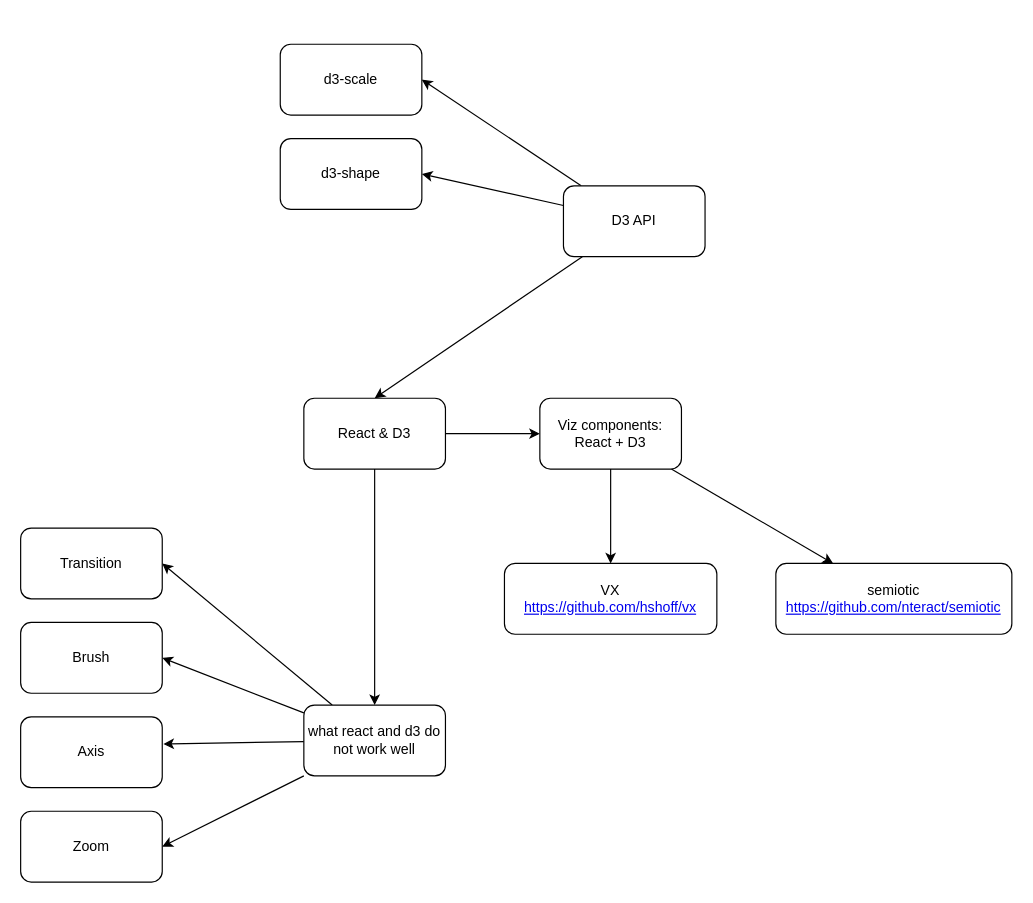
Before: Visualization.drawio in mengdage/project-diagram, a draw.io diagram. Source tidied: cells renumbered, new cells numbered last; positions are measured from the earlier drawing's top-left corner, leaving out a move shared by most shapes. Both pictures are drawn from the tidied source at 118%, with x=0, y=0 at pixel (20, 44).
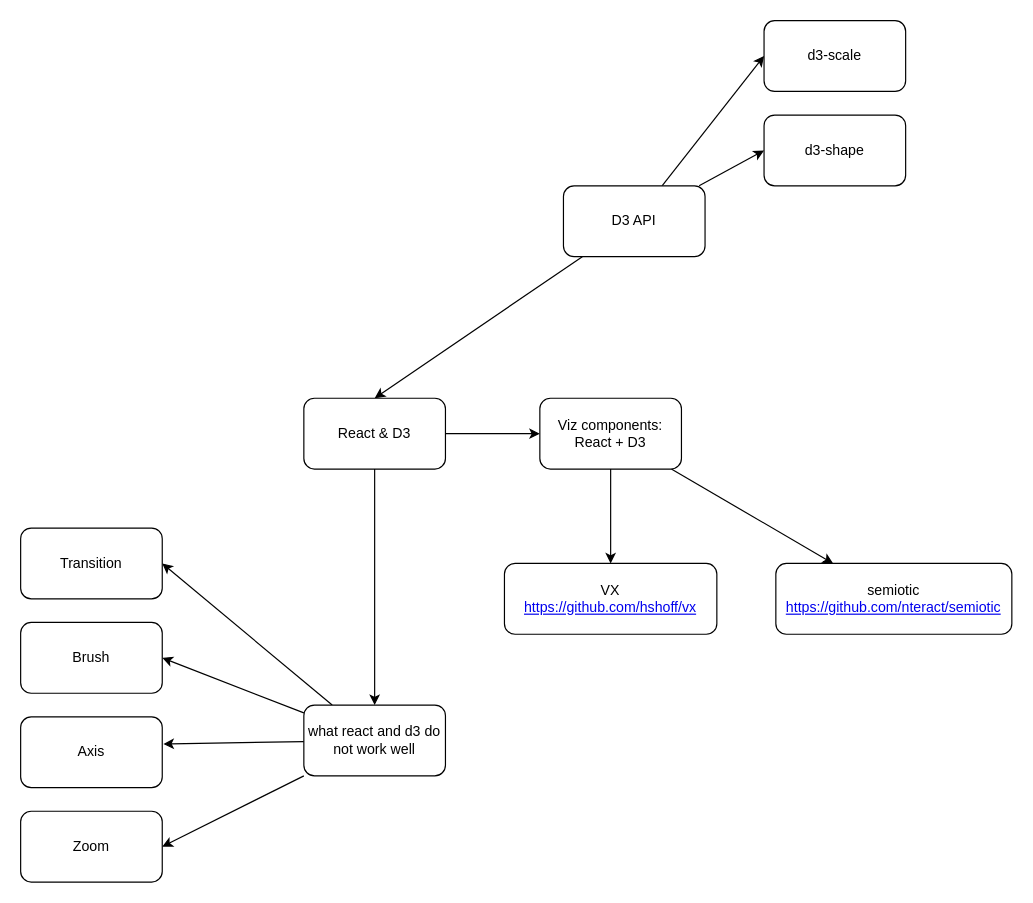
The same diagram, later.

Unchanged cells that the change refers to:
```xml
<mxCell id="5" value="D3 API" style="rounded=1;whiteSpace=wrap;html=1;" parent="1" vertex="1">
  <mxGeometry x="460" y="120" width="120" height="60" as="geometry" />
</mxCell>
```

Diff of the diagram source:
```diff
@@
-    <mxCell id="2" style="edgeStyle=none;rounded=0;jettySize=auto;html=1;entryX=1;entryY=0.5;entryDx=0;entryDy=0;" parent="1" edge="1" source="5" target="7">
+    <mxCell id="2" style="edgeStyle=none;rounded=0;jettySize=auto;html=1;entryX=0;entryY=0.5;entryDx=0;entryDy=0;" parent="1" edge="1" source="5" target="7">
       <mxGeometry relative="1" as="geometry" />
     </mxCell>
-    <mxCell id="3" style="edgeStyle=none;rounded=0;jettySize=auto;html=1;entryX=1;entryY=0.5;entryDx=0;entryDy=0;" parent="1" edge="1" source="5" target="6">
+    <mxCell id="3" style="edgeStyle=none;rounded=0;jettySize=auto;html=1;entryX=0;entryY=0.5;entryDx=0;entryDy=0;" parent="1" edge="1" source="5" target="6">
       <mxGeometry relative="1" as="geometry" />
     </mxCell>
@@
     <mxCell id="6" value="d3-shape" style="rounded=1;whiteSpace=wrap;html=1;" parent="1" vertex="1">
-      <mxGeometry x="220" y="80" width="120" height="60" as="geometry" />
+      <mxGeometry x="630" y="60" width="120" height="60" as="geometry" />
     </mxCell>
     <mxCell id="7" value="d3-scale" style="rounded=1;whiteSpace=wrap;html=1;" parent="1" vertex="1">
-      <mxGeometry x="220" width="120" height="60" as="geometry" />
+      <mxGeometry x="630" y="-20" width="120" height="60" as="geometry" />
     </mxCell>
```
